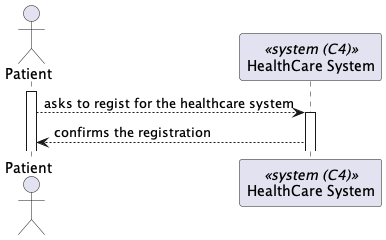
Before: docs/StaffProfileCreate/views/level1/process-view.png, a diagram exported from PlantUML (Lapr5G21/sem5pi-24-25-3ddg21). Its diagram source:
```plantuml
@startuml

actor Patient as "Patient"
participant SYS as "HealthCare System" <<system (C4)>>

activate Patient

Patient --> SYS : asks to regist for the healthcare system


activate SYS

SYS --> Patient : confirms the registration


@enduml
```
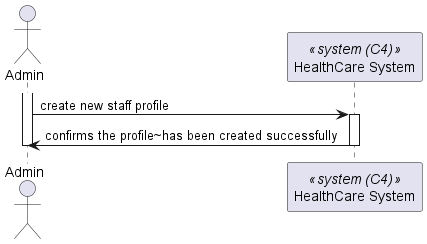
After the change.

What changed in the source:
```diff
@@ -1,16 +1,15 @@
 @startuml
 
-actor Patient as "Patient"
+actor Admin as "Admin"
 participant SYS as "HealthCare System" <<system (C4)>>
 
-activate Patient
+activate Admin
 
-Patient --> SYS : asks to regist for the healthcare system
-
-
+Admin -> SYS : create new staff profile
 activate SYS
 
-SYS --> Patient : confirms the registration
+SYS -> Admin : confirms the profile~has been created successfully
 
-
+deactivate SYS
+deactivate Admin
 @enduml
```
